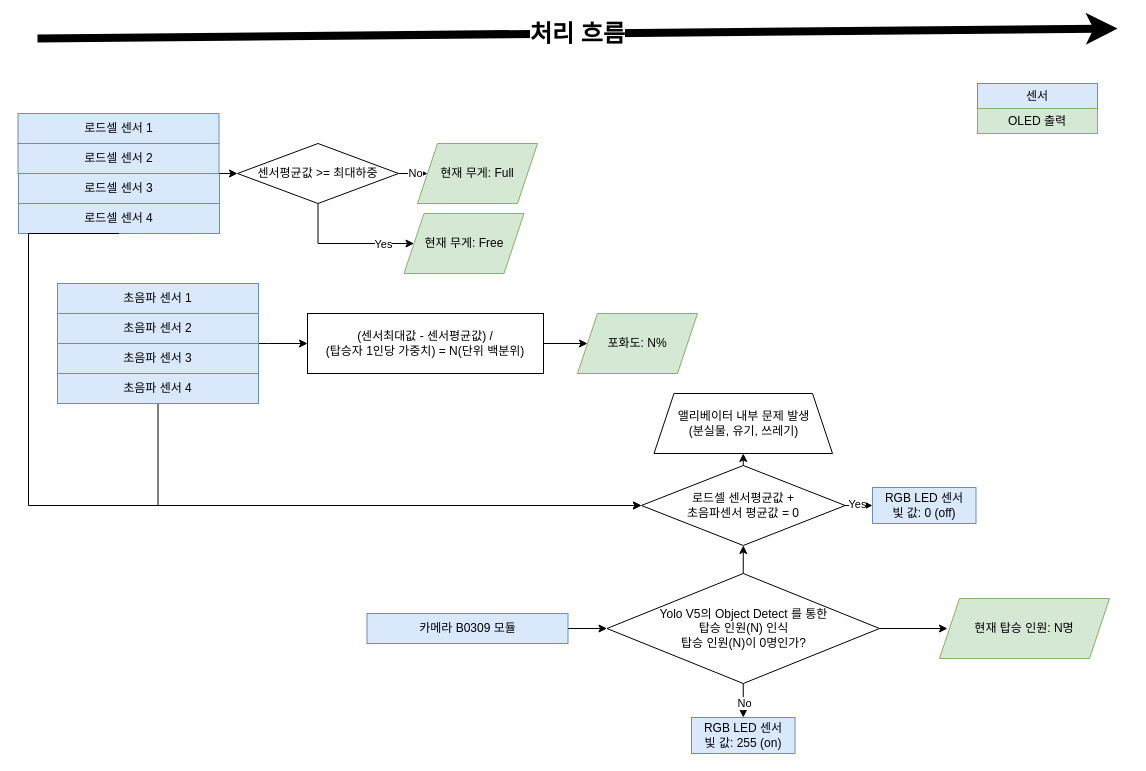
Above: 마이크로프로세서/디아그램넷 그림.drawio in DevelopLee20/2023-2-Univ (draw.io), before the change. Source tidied: cells renumbered, new cells numbered last; positions are measured from the earlier drawing's top-left corner, leaving out a move shared by most shapes. Both pictures are drawn from the tidied source at 100%, with x=0, y=0 at pixel (17, 28).
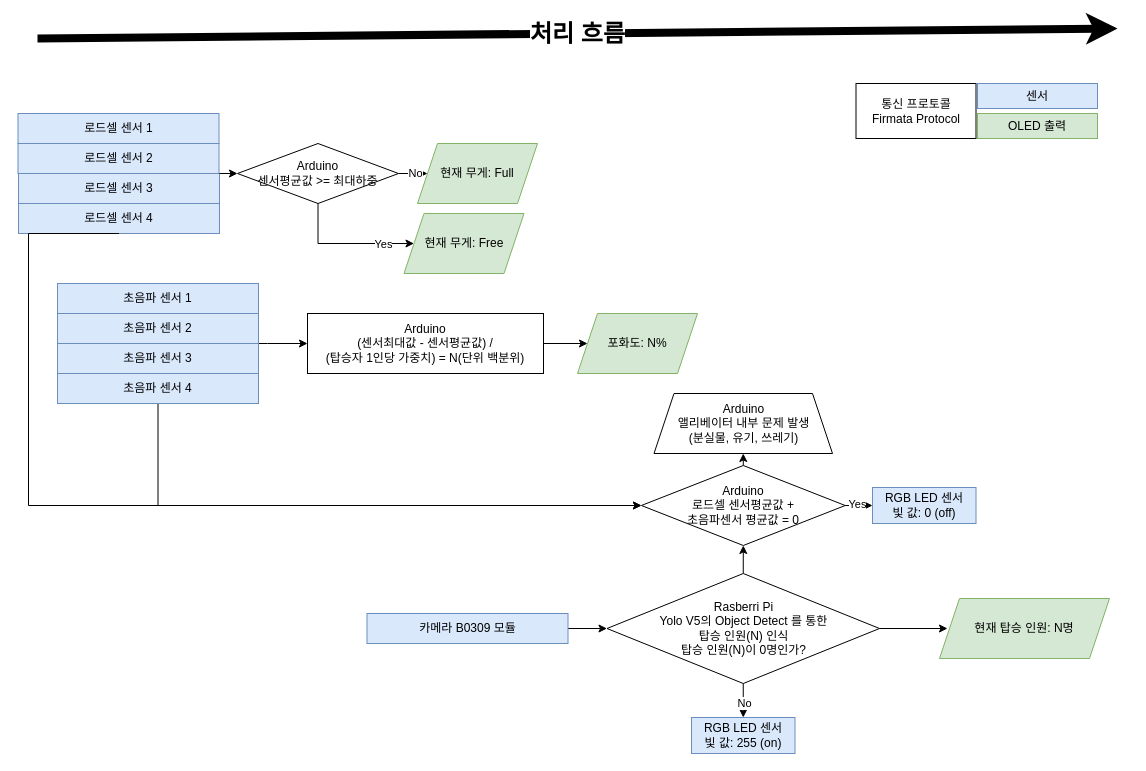
The same page after the edit.

Diff of the diagram source:
```diff
@@
-    <mxCell id="6" value="센서평균값 &amp;gt;= 최대하중" style="rhombus;whiteSpace=wrap;html=1;" parent="1" vertex="1">
+    <mxCell id="6" value="Arduino&lt;br&gt;센서평균값 &amp;gt;= 최대하중" style="rhombus;whiteSpace=wrap;html=1;" parent="1" vertex="1">
       <mxGeometry x="220" y="115" width="161" height="60" as="geometry" />
     </mxCell>
@@
-    <mxCell id="11" value="(센서최대값 - 센서평균값) /&lt;br&gt;(탑승자 1인당 가중치) = N(단위 백분위)&lt;br&gt;" style="rounded=0;whiteSpace=wrap;html=1;" parent="1" vertex="1">
+    <mxCell id="11" value="Arduino&lt;br&gt;(센서최대값 - 센서평균값) /&lt;br&gt;(탑승자 1인당 가중치) = N(단위 백분위)" style="rounded=0;whiteSpace=wrap;html=1;" parent="1" vertex="1">
       <mxGeometry x="290" y="285" width="236" height="60" as="geometry" />
     </mxCell>
@@
-    <mxCell id="16" value="Yolo V5의 Object Detect 를 통한&lt;br&gt;탑승 인원(N) 인식&lt;br&gt;탑승 인원(N)이 0명인가?" style="rhombus;whiteSpace=wrap;html=1;" parent="1" vertex="1">
+    <mxCell id="16" value="Rasberri Pi&lt;br&gt;Yolo V5의 Object Detect 를 통한&lt;br&gt;탑승 인원(N) 인식&lt;br&gt;탑승 인원(N)이 0명인가?" style="rhombus;whiteSpace=wrap;html=1;" parent="1" vertex="1">
       <mxGeometry x="589.5" y="545" width="272.5" height="110" as="geometry" />
     </mxCell>
@@
-    <mxCell id="36" value="로드셀 센서평균값 +&lt;br&gt;초음파센서 평균값 = 0" style="rhombus;whiteSpace=wrap;html=1;" parent="1" vertex="1">
+    <mxCell id="36" value="Arduino&lt;br&gt;로드셀 센서평균값 +&lt;br&gt;초음파센서 평균값 = 0" style="rhombus;whiteSpace=wrap;html=1;" parent="1" vertex="1">
       <mxGeometry x="623.9" y="437" width="203.8" height="80" as="geometry" />
     </mxCell>
@@
-    <mxCell id="38" value="앨리베이터 내부 문제 발생&lt;br&gt;(분실물, 유기, 쓰레기)" style="shape=trapezoid;perimeter=trapezoidPerimeter;whiteSpace=wrap;html=1;fixedSize=1;" parent="1" vertex="1">
+    <mxCell id="38" value="Arduino&lt;br&gt;앨리베이터 내부 문제 발생&lt;br&gt;(분실물, 유기, 쓰레기)" style="shape=trapezoid;perimeter=trapezoidPerimeter;whiteSpace=wrap;html=1;fixedSize=1;" parent="1" vertex="1">
       <mxGeometry x="636.5" y="365" width="178.5" height="60" as="geometry" />
     </mxCell>
@@
     <mxCell id="42" value="OLED 출력" style="rounded=0;whiteSpace=wrap;html=1;fillColor=#d5e8d4;strokeColor=#82b366;" parent="1" vertex="1">
-      <mxGeometry x="960" y="80" width="120" height="25" as="geometry" />
+      <mxGeometry x="960" y="85" width="120" height="25" as="geometry" />
     </mxCell>
@@
+    <mxCell id="44" value="통신 프로토콜&lt;br&gt;Firmata Protocol" style="rounded=0;whiteSpace=wrap;html=1;" parent="1" vertex="1">
+      <mxGeometry x="838.5" y="55" width="120" height="55" as="geometry" />
+    </mxCell>
```
